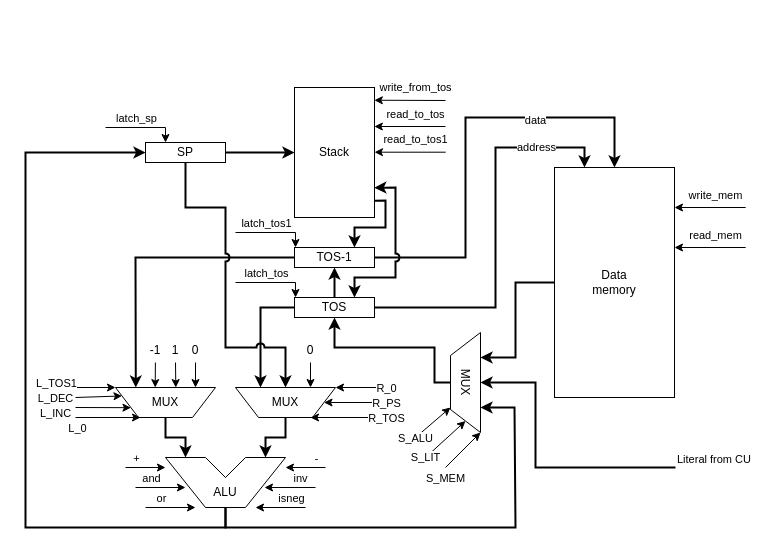
DiedCloud/csa-lab-3 keeps this draw.io diagram as schemes/data-path.drawio. Above is the earlier version. Source tidied: cells renumbered, new cells numbered last; positions are measured from the earlier drawing's top-left corner, leaving out a move shared by most shapes. Both pictures are drawn from the tidied source at 100%, with x=0, y=0 at pixel (25, 87).
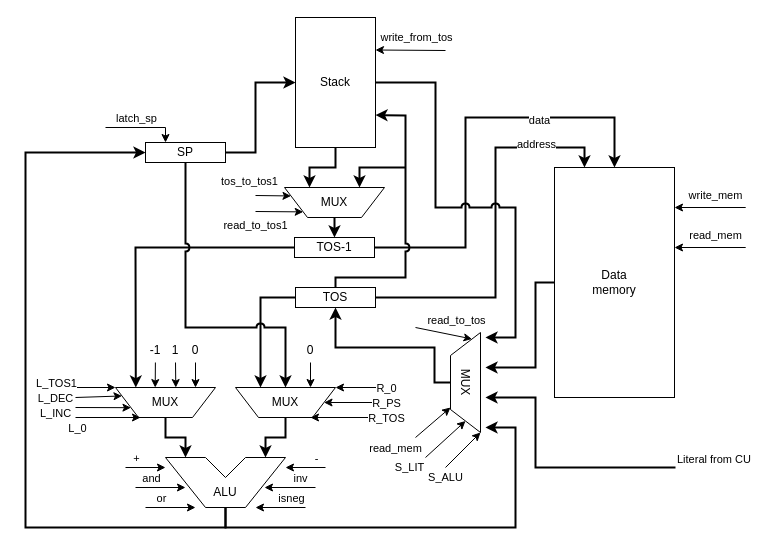
The same page after the edit.

Commit message (it also covers changes not shown here):
more detailed schemas, more detailed microprogram, small change of instruction set

The change refers to these unchanged cells:
```xml
<mxCell id="2" value="MUX" style="verticalLabelPosition=middle;verticalAlign=middle;html=1;shape=trapezoid;perimeter=trapezoidPerimeter;whiteSpace=wrap;size=0.23;arcSize=10;flipV=1;labelPosition=center;align=center;rotation=90;" parent="1" vertex="1">
  <mxGeometry x="390" y="280" width="100" height="30" as="geometry" />
</mxCell>
<mxCell id="10" value="ALU" style="text;html=1;align=center;verticalAlign=middle;whiteSpace=wrap;rounded=0;" parent="1" vertex="1">
  <mxGeometry x="170" y="390" width="60" height="30" as="geometry" />
</mxCell>
<mxCell id="19" value="Data&lt;div&gt;memory&lt;/div&gt;" style="rounded=0;whiteSpace=wrap;html=1;" parent="1" vertex="1">
  <mxGeometry x="529" y="80" width="120" height="230" as="geometry" />
</mxCell>
<mxCell id="24" value="MUX" style="verticalLabelPosition=middle;verticalAlign=middle;html=1;shape=trapezoid;perimeter=trapezoidPerimeter;whiteSpace=wrap;size=0.23;arcSize=10;flipV=1;labelPosition=center;align=center;rotation=0;" parent="1" vertex="1">
  <mxGeometry x="90" y="300" width="100" height="30" as="geometry" />
</mxCell>
<mxCell id="30" value="MUX" style="verticalLabelPosition=middle;verticalAlign=middle;html=1;shape=trapezoid;perimeter=trapezoidPerimeter;whiteSpace=wrap;size=0.23;arcSize=10;flipV=1;labelPosition=center;align=center;rotation=0;" parent="1" vertex="1">
  <mxGeometry x="210" y="300" width="100" height="30" as="geometry" />
</mxCell>
<mxCell id="34" value="SP" style="rounded=0;whiteSpace=wrap;html=1;" parent="1" vertex="1">
  <mxGeometry x="120" y="55" width="80" height="20" as="geometry" />
</mxCell>
<mxCell id="56" style="endArrow=classic;html=1;rounded=0;strokeWidth=1;entryX=0.75;entryY=1;entryDx=0;entryDy=0;" parent="1" edge="1" target="2">
  <mxGeometry relative="1" as="geometry">
    <mxPoint x="390" y="350" as="sourcePoint" />
  </mxGeometry>
</mxCell>
<mxCell id="58" style="endArrow=classic;html=1;rounded=0;strokeWidth=1;entryX=1;entryY=0.5;entryDx=0;entryDy=0;" parent="1" edge="1" target="2">
  <mxGeometry relative="1" as="geometry">
    <mxPoint x="400" y="370" as="sourcePoint" />
  </mxGeometry>
</mxCell>
<mxCell id="79" style="endArrow=classic;html=1;rounded=0;strokeWidth=1;entryX=1;entryY=0;entryDx=0;entryDy=0;" parent="1" edge="1" target="2">
  <mxGeometry relative="1" as="geometry">
    <mxPoint x="420" y="380" as="sourcePoint" />
  </mxGeometry>
</mxCell>
```

Diff of the diagram source:
```diff
@@
     <mxCell id="11" value="Stack" style="rounded=0;whiteSpace=wrap;html=1;" parent="1" vertex="1">
-      <mxGeometry x="269" width="80" height="130" as="geometry" />
+      <mxGeometry x="270" y="-70" width="80" height="130" as="geometry" />
     </mxCell>
     <mxCell id="12" value="TOS" style="rounded=0;whiteSpace=wrap;html=1;" parent="1" vertex="1">
-      <mxGeometry x="269" y="210" width="80" height="20" as="geometry" />
+      <mxGeometry x="270" y="200" width="80" height="20" as="geometry" />
     </mxCell>
     <mxCell id="13" value="TOS-1" style="rounded=0;whiteSpace=wrap;html=1;" parent="1" vertex="1">
-      <mxGeometry x="269" y="160" width="80" height="20" as="geometry" />
+      <mxGeometry x="269" y="150" width="80" height="20" as="geometry" />
     </mxCell>
     <mxCell id="14" style="endArrow=classic;html=1;rounded=0;exitX=0;exitY=0.5;exitDx=0;exitDy=0;entryX=0.25;entryY=0;entryDx=0;entryDy=0;strokeWidth=2;" parent="1" edge="1" source="12" target="30">
       <mxGeometry relative="1" as="geometry">
         <Array as="points">
-          <mxPoint x="235" y="220" />
+          <mxPoint x="235" y="210" />
         </Array>
       </mxGeometry>
     </mxCell>
@@
-    <mxCell id="16" style="endArrow=classic;html=1;rounded=0;exitX=0.5;exitY=1;exitDx=0;exitDy=0;entryX=0.75;entryY=0;entryDx=0;entryDy=0;strokeWidth=2;" parent="1" edge="1" source="10" target="2">
+    <mxCell id="16" style="endArrow=classic;html=1;rounded=0;exitX=0.5;exitY=1;exitDx=0;exitDy=0;strokeWidth=2;" parent="1" edge="1" source="10">
       <mxGeometry relative="1" as="geometry">
+        <mxPoint x="460" y="340" as="targetPoint" />
         <Array as="points">
           <mxPoint x="200" y="440" />
           <mxPoint x="490" y="440" />
-          <mxPoint x="489" y="320" />
+          <mxPoint x="490" y="340" />
         </Array>
       </mxGeometry>
     </mxCell>
     <mxCell id="17" style="endArrow=classic;html=1;rounded=0;exitX=0.5;exitY=1;exitDx=0;exitDy=0;entryX=0.5;entryY=1;entryDx=0;entryDy=0;strokeWidth=2;" parent="1" edge="1" source="2" target="12">
       <mxGeometry relative="1" as="geometry">
         <Array as="points">
           <mxPoint x="409" y="295" />
           <mxPoint x="409" y="260" />
-          <mxPoint x="309" y="260" />
+          <mxPoint x="310" y="260" />
         </Array>
       </mxGeometry>
     </mxCell>
-    <mxCell id="18" style="endArrow=classic;html=1;rounded=0;entryX=0.25;entryY=0;entryDx=0;entryDy=0;exitX=0;exitY=0.5;exitDx=0;exitDy=0;strokeWidth=2;" parent="1" edge="1" source="19" target="2">
+    <mxCell id="18" style="endArrow=classic;html=1;rounded=0;exitX=0;exitY=0.5;exitDx=0;exitDy=0;strokeWidth=2;" parent="1" edge="1" source="19">
       <mxGeometry relative="1" as="geometry">
+        <mxPoint x="460" y="280" as="targetPoint" />
         <Array as="points">
-          <mxPoint x="490" y="195" />
-          <mxPoint x="490" y="270" />
+          <mxPoint x="510" y="195" />
+          <mxPoint x="510" y="280" />
         </Array>
       </mxGeometry>
     </mxCell>
@@
     <mxCell id="20" style="endArrow=classic;html=1;rounded=0;exitX=1;exitY=0.5;exitDx=0;exitDy=0;entryX=0.25;entryY=0;entryDx=0;entryDy=0;strokeWidth=2;" parent="1" edge="1" source="12" target="19">
       <mxGeometry relative="1" as="geometry">
         <Array as="points">
-          <mxPoint x="470" y="220" />
+          <mxPoint x="470" y="210" />
           <mxPoint x="470" y="60" />
           <mxPoint x="559" y="60" />
         </Array>
       </mxGeometry>
     </mxCell>
@@
     <mxCell id="22" style="endArrow=classic;html=1;rounded=0;exitX=1;exitY=0.5;exitDx=0;exitDy=0;entryX=0.5;entryY=0;entryDx=0;entryDy=0;strokeWidth=2;" parent="1" edge="1" source="13" target="19">
       <mxGeometry relative="1" as="geometry">
         <Array as="points">
-          <mxPoint x="440" y="170" />
+          <mxPoint x="440" y="160" />
           <mxPoint x="440" y="30" />
           <mxPoint x="589" y="30" />
         </Array>
       </mxGeometry>
     </mxCell>
@@
     <mxCell id="25" style="endArrow=classic;html=1;rounded=0;exitX=0;exitY=0.5;exitDx=0;exitDy=0;entryX=0.203;entryY=0.998;entryDx=0;entryDy=0;entryPerimeter=0;strokeWidth=2;" parent="1" edge="1" source="13" target="24">
       <mxGeometry relative="1" as="geometry">
         <Array as="points">
-          <mxPoint x="110" y="170" />
+          <mxPoint x="110" y="160" />
         </Array>
       </mxGeometry>
     </mxCell>
@@
-    <mxCell id="36" style="endArrow=classic;html=1;rounded=0;entryX=0.5;entryY=1;entryDx=0;entryDy=0;exitX=0.5;exitY=0;exitDx=0;exitDy=0;strokeWidth=2;" parent="1" edge="1" source="12" target="13">
-      <mxGeometry relative="1" as="geometry" />
-    </mxCell>
-    <mxCell id="37" style="endArrow=classic;html=1;rounded=0;exitX=0.998;exitY=0.771;exitDx=0;exitDy=0;entryX=0.75;entryY=0;entryDx=0;entryDy=0;exitPerimeter=0;jumpStyle=arc;startArrow=classic;startFill=1;strokeWidth=2;" parent="1" edge="1" source="11" target="12">
+    <mxCell id="37" style="endArrow=none;html=1;rounded=0;entryX=0.5;entryY=0;entryDx=0;entryDy=0;jumpStyle=arc;startArrow=classic;startFill=1;strokeWidth=2;endFill=0;exitX=1;exitY=0.75;exitDx=0;exitDy=0;" parent="1" edge="1" source="11" target="12">
       <mxGeometry relative="1" as="geometry">
         <Array as="points">
-          <mxPoint x="370" y="100" />
-          <mxPoint x="370" y="190" />
-          <mxPoint x="329" y="190" />
+          <mxPoint x="380" y="28" />
+          <mxPoint x="380" y="190" />
+          <mxPoint x="310" y="190" />
         </Array>
       </mxGeometry>
     </mxCell>
     <mxCell id="38" style="endArrow=classic;html=1;jumpStyle=arc;exitX=1;exitY=0.5;exitDx=0;exitDy=0;entryX=0;entryY=0.5;entryDx=0;entryDy=0;rounded=0;strokeWidth=2;" parent="1" edge="1" source="34" target="11">
       <mxGeometry relative="1" as="geometry">
         <Array as="points">
-          <mxPoint x="220" y="65" />
+          <mxPoint x="230" y="65" />
+          <mxPoint x="230" y="-5" />
         </Array>
       </mxGeometry>
     </mxCell>
     <mxCell id="39" style="endArrow=classic;html=1;rounded=0;jumpStyle=arc;exitX=0.5;exitY=1;exitDx=0;exitDy=0;entryX=0.5;entryY=0;entryDx=0;entryDy=0;strokeWidth=2;" parent="1" edge="1" source="34" target="30">
       <mxGeometry relative="1" as="geometry">
         <Array as="points">
           <mxPoint x="160" y="120" />
-          <mxPoint x="200" y="120" />
-          <mxPoint x="200" y="260" />
-          <mxPoint x="260" y="260" />
+          <mxPoint x="160" y="240" />
+          <mxPoint x="260" y="240" />
         </Array>
       </mxGeometry>
     </mxCell>
@@
-    <mxCell id="57" value="S_ALU" style="edgeLabel;html=1;align=center;verticalAlign=middle;" parent="56" vertex="1">
+    <mxCell id="57" value="read_mem" style="edgeLabel;html=1;align=center;verticalAlign=middle;" parent="56" vertex="1">
       <mxGeometry relative="1" as="geometry">
-        <mxPoint x="-18" y="15" as="offset" />
+        <mxPoint x="-38" y="25" as="offset" />
       </mxGeometry>
     </mxCell>
@@
     <mxCell id="59" value="S_LIT" style="edgeLabel;html=1;align=center;verticalAlign=middle;" parent="58" vertex="1">
       <mxGeometry relative="1" as="geometry">
-        <mxPoint x="-20" y="18" as="offset" />
+        <mxPoint x="-36" y="28" as="offset" />
       </mxGeometry>
     </mxCell>
@@
-    <mxCell id="62" style="endArrow=classic;html=1;rounded=0;strokeWidth=1;entryX=0.25;entryY=0;entryDx=0;entryDy=0;" parent="1" edge="1">
-      <mxGeometry relative="1" as="geometry">
-        <mxPoint x="210" y="145" as="sourcePoint" />
-        <mxPoint x="270" y="160" as="targetPoint" />
-        <Array as="points">
-          <mxPoint x="270" y="145" />
-        </Array>
-      </mxGeometry>
-    </mxCell>
-    <mxCell id="63" value="latch_tos1" style="edgeLabel;html=1;align=center;verticalAlign=middle;" parent="62" vertex="1">
-      <mxGeometry relative="1" as="geometry">
-        <mxPoint x="-8" y="-10" as="offset" />
-      </mxGeometry>
-    </mxCell>
-    <mxCell id="64" style="endArrow=classic;html=1;rounded=0;strokeWidth=1;entryX=0.25;entryY=0;entryDx=0;entryDy=0;" parent="1" edge="1">
-      <mxGeometry relative="1" as="geometry">
-        <mxPoint x="210" y="195" as="sourcePoint" />
-        <mxPoint x="270" y="210" as="targetPoint" />
-        <Array as="points">
-          <mxPoint x="270" y="195" />
-        </Array>
-      </mxGeometry>
-    </mxCell>
-    <mxCell id="65" value="latch_tos" style="edgeLabel;html=1;align=center;verticalAlign=middle;" parent="64" vertex="1">
-      <mxGeometry relative="1" as="geometry">
-        <mxPoint x="-8" y="-10" as="offset" />
-      </mxGeometry>
-    </mxCell>
-    <mxCell id="66" style="endArrow=classic;html=1;rounded=0;strokeWidth=1;entryX=0.998;entryY=0.098;entryDx=0;entryDy=0;entryPerimeter=0;" parent="1" edge="1" target="11">
+    <mxCell id="66" style="endArrow=classic;html=1;rounded=0;strokeWidth=1;entryX=1;entryY=0.25;entryDx=0;entryDy=0;" parent="1" edge="1" target="11">
       <mxGeometry relative="1" as="geometry">
-        <mxPoint x="420" y="13" as="sourcePoint" />
+        <mxPoint x="420" y="-37" as="sourcePoint" />
       </mxGeometry>
     </mxCell>
@@
-    <mxCell id="68" style="endArrow=classic;html=1;rounded=0;strokeWidth=1;entryX=0.998;entryY=0.3;entryDx=0;entryDy=0;entryPerimeter=0;" parent="1" edge="1" target="11">
+    <mxCell id="68" style="endArrow=classic;html=1;rounded=0;strokeWidth=1;entryX=0;entryY=0.25;entryDx=0;entryDy=0;" parent="1" edge="1" target="2">
       <mxGeometry relative="1" as="geometry">
-        <mxPoint x="420" y="39" as="sourcePoint" />
+        <mxPoint x="390" y="240" as="sourcePoint" />
       </mxGeometry>
     </mxCell>
     <mxCell id="69" value="read_to_tos" style="edgeLabel;html=1;align=center;verticalAlign=middle;" parent="68" vertex="1">
       <mxGeometry relative="1" as="geometry">
-        <mxPoint x="5" y="-13" as="offset" />
+        <mxPoint x="12" y="-13" as="offset" />
       </mxGeometry>
     </mxCell>
@@
-    <mxCell id="74" style="endArrow=classic;html=1;rounded=0;exitX=1;exitY=0.871;exitDx=0;exitDy=0;exitPerimeter=0;entryX=0.75;entryY=0;entryDx=0;entryDy=0;strokeWidth=2;" parent="1" edge="1" source="11" target="13">
+    <mxCell id="74" style="endArrow=classic;html=1;rounded=0;exitX=0.5;exitY=1;exitDx=0;exitDy=0;strokeWidth=2;entryX=0.25;entryY=0;entryDx=0;entryDy=0;" parent="1" edge="1" source="11" target="95">
       <mxGeometry relative="1" as="geometry">
         <Array as="points">
-          <mxPoint x="360" y="113" />
-          <mxPoint x="360" y="140" />
-          <mxPoint x="329" y="140" />
+          <mxPoint x="310" y="80" />
+          <mxPoint x="284" y="80" />
         </Array>
       </mxGeometry>
     </mxCell>
-    <mxCell id="75" style="endArrow=classic;html=1;rounded=0;strokeWidth=1;entryX=0.998;entryY=0.3;entryDx=0;entryDy=0;entryPerimeter=0;" parent="1" edge="1">
+    <mxCell id="75" style="endArrow=classic;html=1;rounded=0;strokeWidth=1;entryX=0;entryY=1;entryDx=0;entryDy=0;" parent="1" edge="1" target="95">
       <mxGeometry relative="1" as="geometry">
-        <mxPoint x="420.2" y="64.7" as="sourcePoint" />
-        <mxPoint x="349" y="64.7" as="targetPoint" />
+        <mxPoint x="230" y="124" as="sourcePoint" />
       </mxGeometry>
     </mxCell>
     <mxCell id="76" value="read_to_tos1" style="edgeLabel;html=1;align=center;verticalAlign=middle;" parent="75" vertex="1">
       <mxGeometry relative="1" as="geometry">
-        <mxPoint x="5" y="-13" as="offset" />
+        <mxPoint x="-24" y="13" as="offset" />
       </mxGeometry>
     </mxCell>
-    <mxCell id="77" style="endArrow=classic;html=1;rounded=0;strokeWidth=2;entryX=0.5;entryY=0;entryDx=0;entryDy=0;" parent="1" edge="1" target="2">
+    <mxCell id="77" style="endArrow=classic;html=1;rounded=0;strokeWidth=2;" parent="1" edge="1">
       <mxGeometry relative="1" as="geometry">
         <mxPoint x="650" y="380" as="sourcePoint" />
+        <mxPoint x="460" y="310" as="targetPoint" />
         <Array as="points">
           <mxPoint x="510" y="380" />
-          <mxPoint x="510" y="295" />
+          <mxPoint x="510" y="310" />
         </Array>
       </mxGeometry>
     </mxCell>
@@
-    <mxCell id="80" value="S_MEM" style="edgeLabel;html=1;align=center;verticalAlign=middle;" parent="79" vertex="1">
-      <mxGeometry relative="1" as="geometry">
-        <mxPoint x="-18" y="28" as="offset" />
-      </mxGeometry>
-    </mxCell>
+    <mxCell id="93" value="S_ALU" style="edgeLabel;html=1;align=center;verticalAlign=middle;" parent="79" vertex="1">
+      <mxGeometry x="-0.5" y="-2" relative="1" as="geometry">
+        <mxPoint x="-10" y="17" as="offset" />
+      </mxGeometry>
+    </mxCell>
@@
+    <mxCell id="94" style="endArrow=classic;html=1;rounded=0;exitX=0.5;exitY=1;exitDx=0;exitDy=0;entryX=0.5;entryY=0;entryDx=0;entryDy=0;strokeWidth=2;" parent="1" edge="1" source="95" target="13">
+      <mxGeometry relative="1" as="geometry" />
+    </mxCell>
+    <mxCell id="95" value="MUX" style="verticalLabelPosition=middle;verticalAlign=middle;html=1;shape=trapezoid;perimeter=trapezoidPerimeter;whiteSpace=wrap;size=0.23;arcSize=10;flipV=1;labelPosition=center;align=center;rotation=0;" parent="1" vertex="1">
+      <mxGeometry x="259" y="100" width="100" height="30" as="geometry" />
+    </mxCell>
+    <mxCell id="96" style="endArrow=classic;html=1;rounded=0;strokeWidth=2;entryX=0.75;entryY=0;entryDx=0;entryDy=0;" parent="1" edge="1" target="95">
+      <mxGeometry relative="1" as="geometry">
+        <mxPoint x="380" y="80" as="sourcePoint" />
+        <Array as="points">
+          <mxPoint x="334" y="80" />
+        </Array>
+      </mxGeometry>
+    </mxCell>
+    <mxCell id="97" style="endArrow=classic;html=1;rounded=0;strokeWidth=2;jumpStyle=arc;exitX=1;exitY=0.5;exitDx=0;exitDy=0;" parent="1" edge="1" source="11">
+      <mxGeometry relative="1" as="geometry">
+        <mxPoint x="460" y="250" as="targetPoint" />
+        <Array as="points">
+          <mxPoint x="410" y="-5" />
+          <mxPoint x="410" y="120" />
+          <mxPoint x="490" y="120" />
+          <mxPoint x="490" y="250" />
+        </Array>
+      </mxGeometry>
+    </mxCell>
+    <mxCell id="98" style="endArrow=classic;html=1;rounded=0;strokeWidth=1;entryX=0;entryY=0.25;entryDx=0;entryDy=0;" parent="1" edge="1" target="95">
+      <mxGeometry relative="1" as="geometry">
+        <mxPoint x="230" y="108" as="sourcePoint" />
+      </mxGeometry>
+    </mxCell>
+    <mxCell id="99" value="tos_to_tos1" style="edgeLabel;html=1;align=center;verticalAlign=middle;" parent="98" vertex="1">
+      <mxGeometry relative="1" as="geometry">
+        <mxPoint x="-24" y="-15" as="offset" />
+      </mxGeometry>
+    </mxCell>
```
